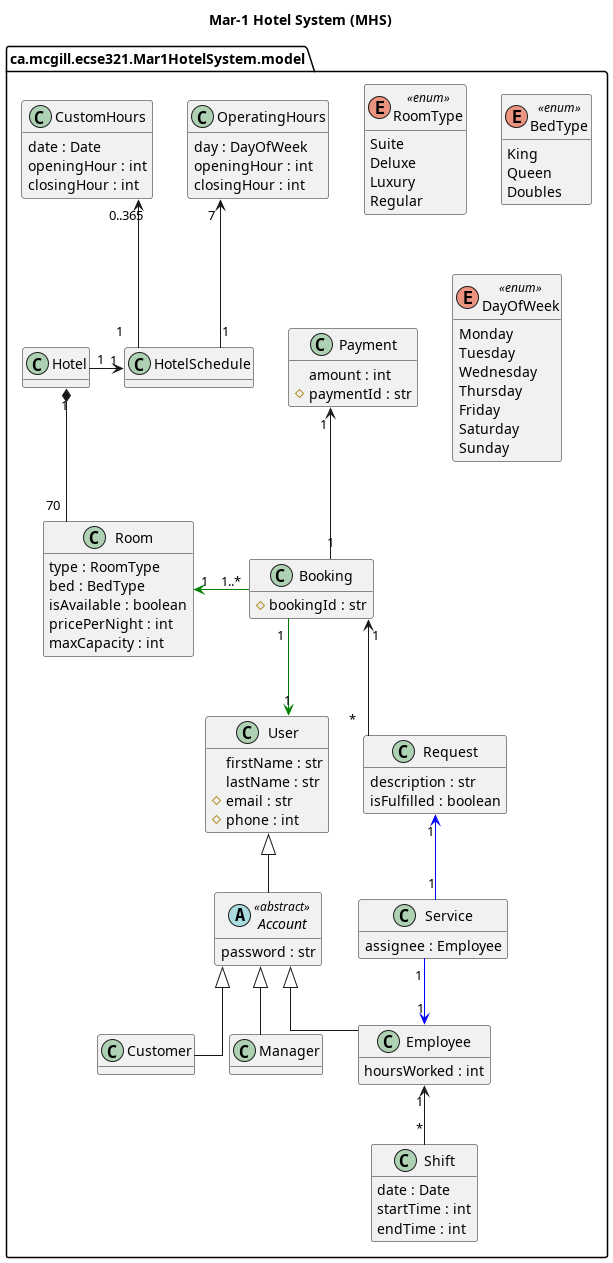
Before: documentation/UMLDiagrams/DomainModel.png, a diagram exported from PlantUML (notkaramel/ECSE321-Mar1HotelSystem).
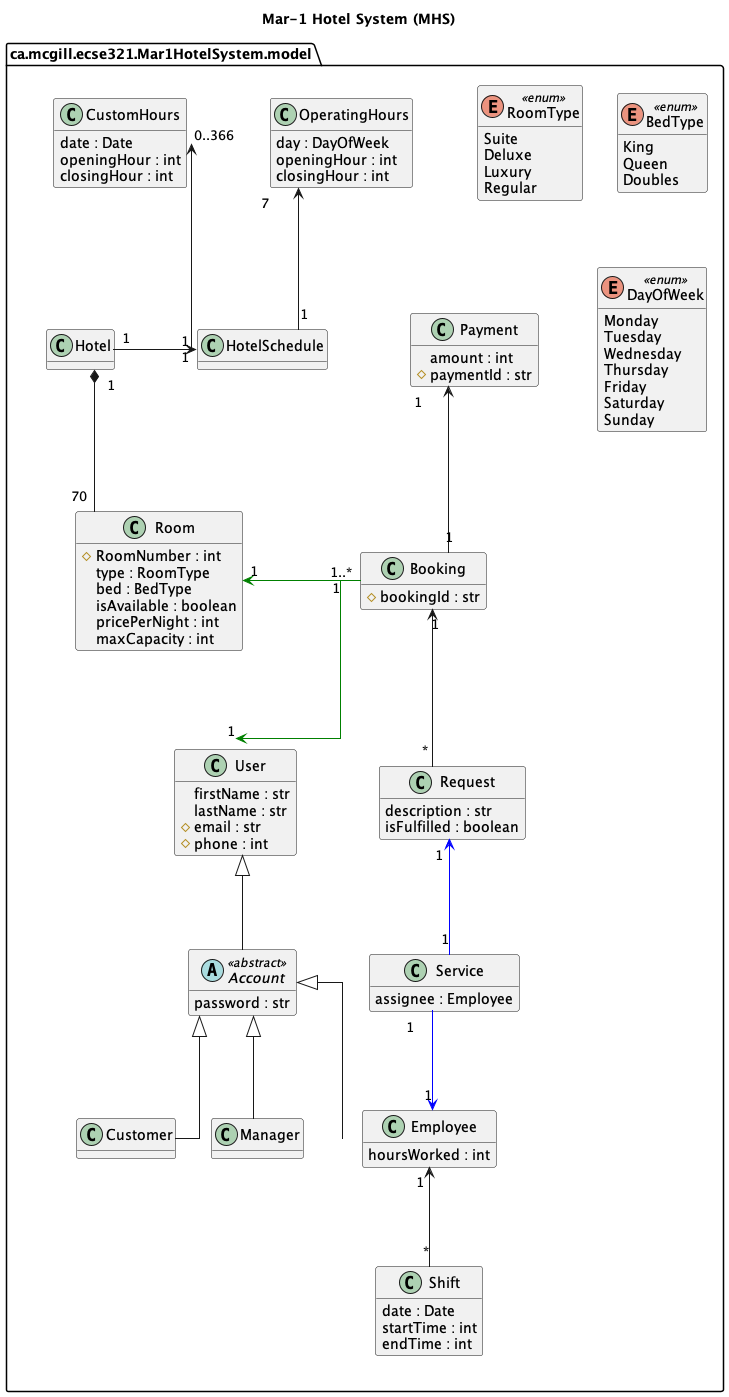
The same diagram one commit later.

Commit message:
Minor edits to Domain Model

What changed in the source:
```diff
@@ -1,4 +1,4 @@
-@startuml
+@startuml DomainModel
 title Mar-1 Hotel System (MHS)
 skinparam linetype ortho
 hide methods
@@ -41,6 +41,7 @@
     Shift "*" -up-> "1" Employee
 
     Class Room {
+        # RoomNumber : int
         type : RoomType
         bed : BedType
         isAvailable : boolean
@@ -98,7 +99,7 @@
     }
 
 
-    HotelSchedule "1" -up-> "0..365" CustomHours
+    HotelSchedule "1" -up-> "0..366" CustomHours
     HotelSchedule "1" -up-> "7" OperatingHours
 
     enum RoomType <<enum>> {
```
